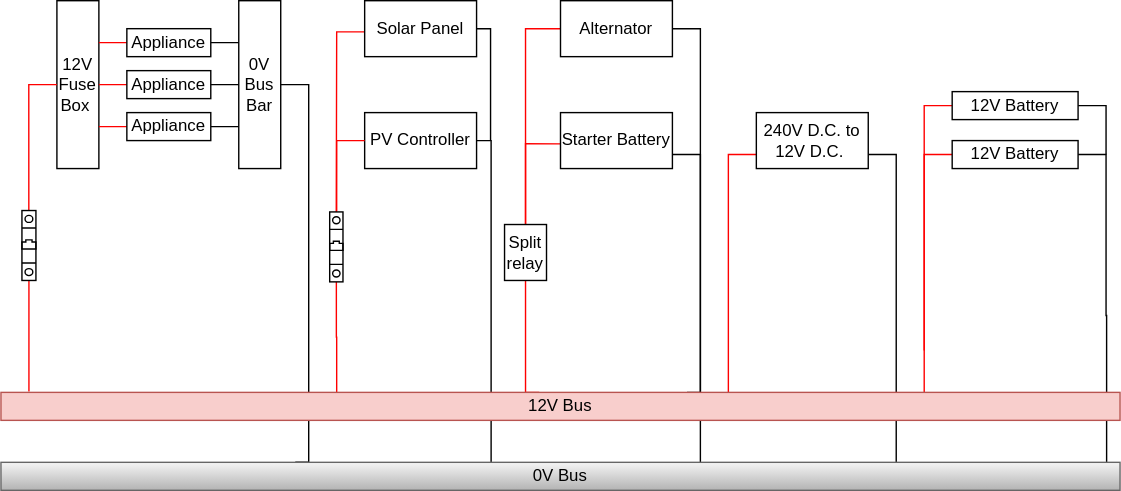
Earlier version of the draw.io export img/dc_network.svg (BenNewsome/dc_power). Source tidied: cells renumbered, new cells last; positions are measured from the earlier drawing's top-left corner, leaving out a move shared by most shapes.
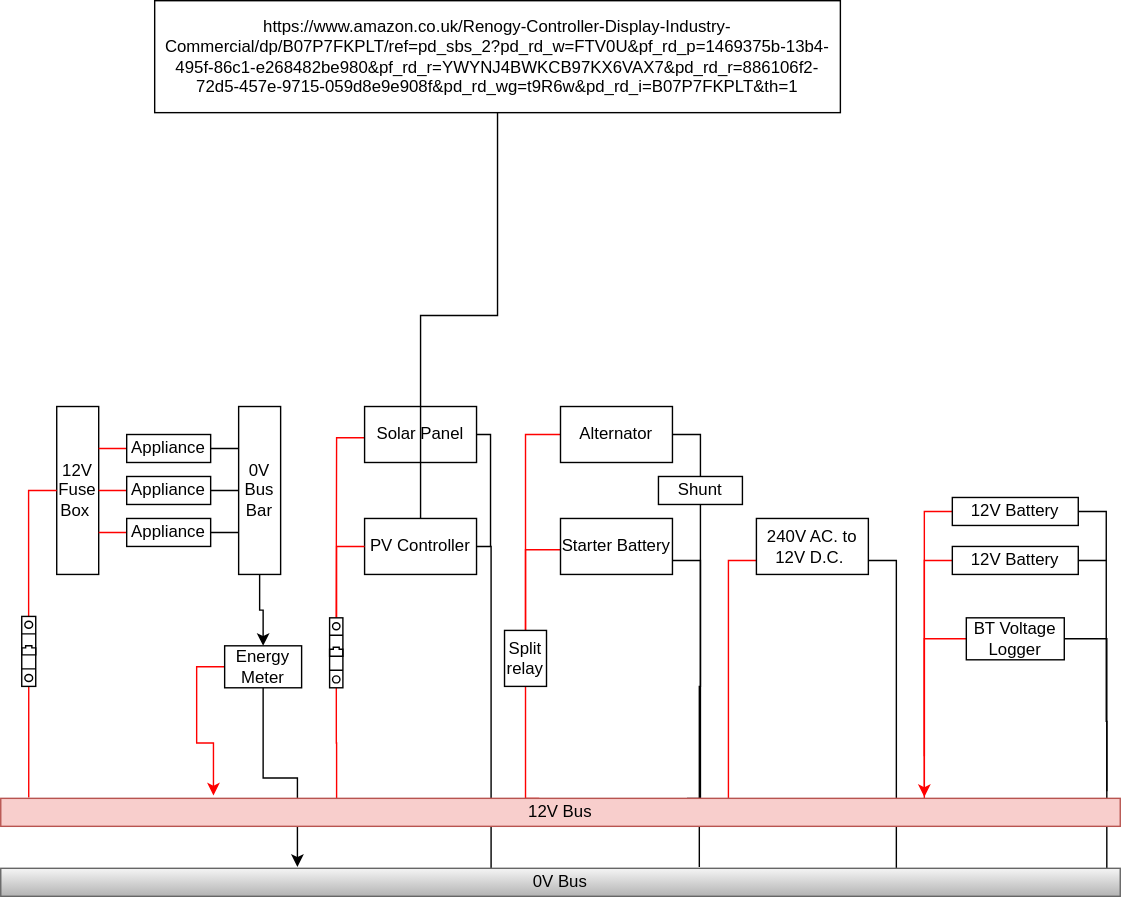
Above is the later version.

Commit message:
Added link and shunts

Diff of the diagram source:
```diff
@@ -5,14 +5,9 @@
     <mxCell id="2" value="12V Fuse Box&amp;nbsp;" style="whiteSpace=wrap;html=1;direction=west;" parent="1" vertex="1">
       <mxGeometry x="40" width="30" height="120" as="geometry" />
     </mxCell>
-    <mxCell id="3" style="edgeStyle=orthogonalEdgeStyle;rounded=0;jettySize=auto;html=1;endArrow=none;endFill=0;entryX=0.263;entryY=0;entryDx=0;entryDy=0;entryPerimeter=0;" parent="1" edge="1" source="4" target="43">
-      <mxGeometry relative="1" as="geometry">
-        <Array as="points">
-          <mxPoint x="220" y="60" />
-          <mxPoint x="220" y="330" />
-        </Array>
-      </mxGeometry>
-    </mxCell>
+    <mxCell id="44" style="edgeStyle=orthogonalEdgeStyle;rounded=0;jettySize=auto;html=1;" parent="1" edge="1" source="4" target="47">
+      <mxGeometry relative="1" as="geometry" />
+    </mxCell>
     <mxCell id="4" value="0V Bus Bar" style="whiteSpace=wrap;html=1;direction=west;" parent="1" vertex="1">
       <mxGeometry x="170" width="30" height="120" as="geometry" />
     </mxCell>
@@ -72,7 +67,7 @@
     <mxCell id="15" style="edgeStyle=orthogonalEdgeStyle;rounded=0;jettySize=auto;html=1;entryX=0.8;entryY=0;entryDx=0;entryDy=0;entryPerimeter=0;endArrow=none;endFill=0;exitX=1;exitY=0.75;exitDx=0;exitDy=0;" parent="1" edge="1" source="16" target="43">
       <mxGeometry relative="1" as="geometry" />
     </mxCell>
-    <mxCell id="16" value="240V D.C. to 12V D.C.&amp;nbsp;" style="whiteSpace=wrap;html=1;" parent="1" vertex="1">
+    <mxCell id="16" value="240V AC. to 12V D.C.&amp;nbsp;" style="whiteSpace=wrap;html=1;" parent="1" vertex="1">
       <mxGeometry x="540" y="80" width="80" height="40" as="geometry" />
     </mxCell>
     <mxCell id="17" style="edgeStyle=orthogonalEdgeStyle;rounded=0;jettySize=auto;html=1;endArrow=none;endFill=0;strokeColor=#FF0000;" parent="1" edge="1" source="19">
@@ -174,21 +169,52 @@
     <mxCell id="39" value="Starter Battery" style="whiteSpace=wrap;html=1;" parent="1" vertex="1">
       <mxGeometry x="400" y="80" width="80" height="40" as="geometry" />
     </mxCell>
-    <mxCell id="40" style="edgeStyle=orthogonalEdgeStyle;rounded=0;jettySize=auto;html=1;endArrow=none;endFill=0;entryX=0.625;entryY=0;entryDx=0;entryDy=0;entryPerimeter=0;" parent="1" edge="1" source="41" target="43">
-      <mxGeometry relative="1" as="geometry">
-        <Array as="points">
-          <mxPoint x="500" y="20" />
-        </Array>
-      </mxGeometry>
-    </mxCell>
     <mxCell id="41" value="Alternator" style="rounded=0;whiteSpace=wrap;html=1;" parent="1" vertex="1">
       <mxGeometry x="400" width="80" height="40" as="geometry" />
     </mxCell>
+    <mxCell id="43" value="0V Bus" style="rounded=0;whiteSpace=wrap;html=1;gradientColor=#b3b3b3;fillColor=#f5f5f5;strokeColor=#666666;" parent="1" vertex="1">
+      <mxGeometry y="330" width="800" height="20" as="geometry" />
+    </mxCell>
+    <mxCell id="45" style="edgeStyle=orthogonalEdgeStyle;rounded=0;jettySize=auto;html=1;entryX=0.265;entryY=-0.05;entryDx=0;entryDy=0;entryPerimeter=0;" parent="1" edge="1" source="47" target="43">
+      <mxGeometry relative="1" as="geometry" />
+    </mxCell>
+    <mxCell id="46" style="edgeStyle=orthogonalEdgeStyle;rounded=0;jettySize=auto;html=1;entryX=0.19;entryY=-0.1;entryDx=0;entryDy=0;entryPerimeter=0;exitX=0;exitY=0.5;exitDx=0;exitDy=0;strokeColor=#FF0000;" parent="1" edge="1" source="47" target="42">
+      <mxGeometry relative="1" as="geometry" />
+    </mxCell>
+    <mxCell id="47" value="Energy Meter" style="rounded=0;whiteSpace=wrap;html=1;" parent="1" vertex="1">
+      <mxGeometry x="160" y="171" width="55" height="30" as="geometry" />
+    </mxCell>
+    <mxCell id="48" style="edgeStyle=orthogonalEdgeStyle;rounded=0;jettySize=auto;html=1;entryX=0.825;entryY=-0.05;entryDx=0;entryDy=0;entryPerimeter=0;strokeColor=#FF0000;exitX=0;exitY=0.5;exitDx=0;exitDy=0;" parent="1" edge="1" source="50" target="42">
+      <mxGeometry relative="1" as="geometry" />
+    </mxCell>
+    <mxCell id="49" style="edgeStyle=orthogonalEdgeStyle;rounded=0;jettySize=auto;html=1;entryX=0.988;entryY=-0.25;entryDx=0;entryDy=0;entryPerimeter=0;endArrow=none;endFill=0;strokeColor=#000000;exitX=1;exitY=0.5;exitDx=0;exitDy=0;" parent="1" edge="1" source="50" target="42">
+      <mxGeometry relative="1" as="geometry">
+        <Array as="points">
+          <mxPoint x="790" y="166" />
+        </Array>
+      </mxGeometry>
+    </mxCell>
+    <mxCell id="50" value="BT Voltage Logger" style="rounded=0;whiteSpace=wrap;html=1;" parent="1" vertex="1">
+      <mxGeometry x="690" y="151" width="70" height="30" as="geometry" />
+    </mxCell>
+    <mxCell id="51" style="edgeStyle=orthogonalEdgeStyle;rounded=0;jettySize=auto;html=1;entryX=1;entryY=0.5;entryDx=0;entryDy=0;endArrow=none;endFill=0;strokeColor=#000000;" parent="1" edge="1" source="53" target="41">
+      <mxGeometry relative="1" as="geometry" />
+    </mxCell>
+    <mxCell id="52" style="edgeStyle=orthogonalEdgeStyle;rounded=0;jettySize=auto;html=1;entryX=0.624;entryY=-0.05;entryDx=0;entryDy=0;entryPerimeter=0;endArrow=none;endFill=0;strokeColor=#000000;" parent="1" edge="1" source="53" target="43">
+      <mxGeometry relative="1" as="geometry" />
+    </mxCell>
+    <mxCell id="53" value="Shunt&lt;br&gt;" style="rounded=0;whiteSpace=wrap;html=1;" parent="1" vertex="1">
+      <mxGeometry x="470" y="50" width="60" height="20" as="geometry" />
+    </mxCell>
     <mxCell id="42" value="12V Bus" style="rounded=0;whiteSpace=wrap;html=1;strokeColor=#b85450;fillColor=#f8cecc;" parent="1" vertex="1">
       <mxGeometry y="280" width="800" height="20" as="geometry" />
     </mxCell>
-    <mxCell id="43" value="0V Bus" style="rounded=0;whiteSpace=wrap;html=1;gradientColor=#b3b3b3;fillColor=#f5f5f5;strokeColor=#666666;" parent="1" vertex="1">
-      <mxGeometry y="330" width="800" height="20" as="geometry" />
-    </mxCell>
+    <mxCell id="54" value="Comments" parent="0" />
+    <mxCell id="55" style="edgeStyle=orthogonalEdgeStyle;rounded=0;jettySize=auto;html=1;entryX=0.5;entryY=0;entryDx=0;entryDy=0;endArrow=none;endFill=0;strokeColor=#000000;" parent="54" edge="1" source="56" target="9">
+      <mxGeometry relative="1" as="geometry" />
+    </mxCell>
+    <mxCell id="56" value="https://www.amazon.co.uk/Renogy-Controller-Display-Industry-Commercial/dp/B07P7FKPLT/ref=pd_sbs_2?pd_rd_w=FTV0U&amp;amp;pf_rd_p=1469375b-13b4-495f-86c1-e268482be980&amp;amp;pf_rd_r=YWYNJ4BWKCB97KX6VAX7&amp;amp;pd_rd_r=886106f2-72d5-457e-9715-059d8e9e908f&amp;amp;pd_rd_wg=t9R6w&amp;amp;pd_rd_i=B07P7FKPLT&amp;amp;th=1" style="rounded=0;whiteSpace=wrap;html=1;" parent="54" vertex="1">
+      <mxGeometry x="110" y="-290" width="490" height="80" as="geometry" />
+    </mxCell>
   </root>
 </mxGraphModel>
```
